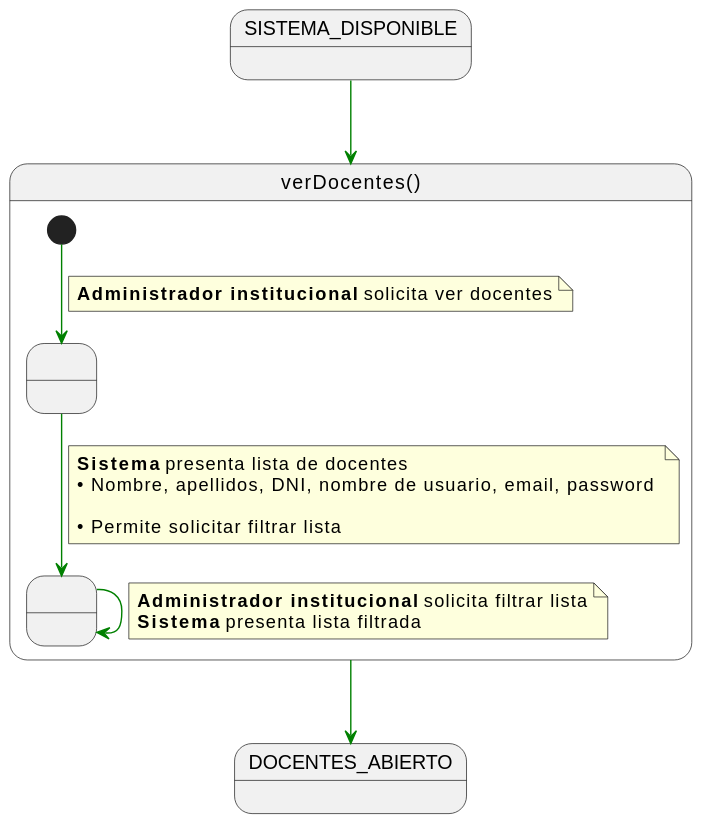
Before: documents/casos-de-uso/detalladoCasosDeUso/verDocentes/verDocentes.svg, a diagram exported from PlantUML (martinlopez7/25-26-IdSw1-SdR).
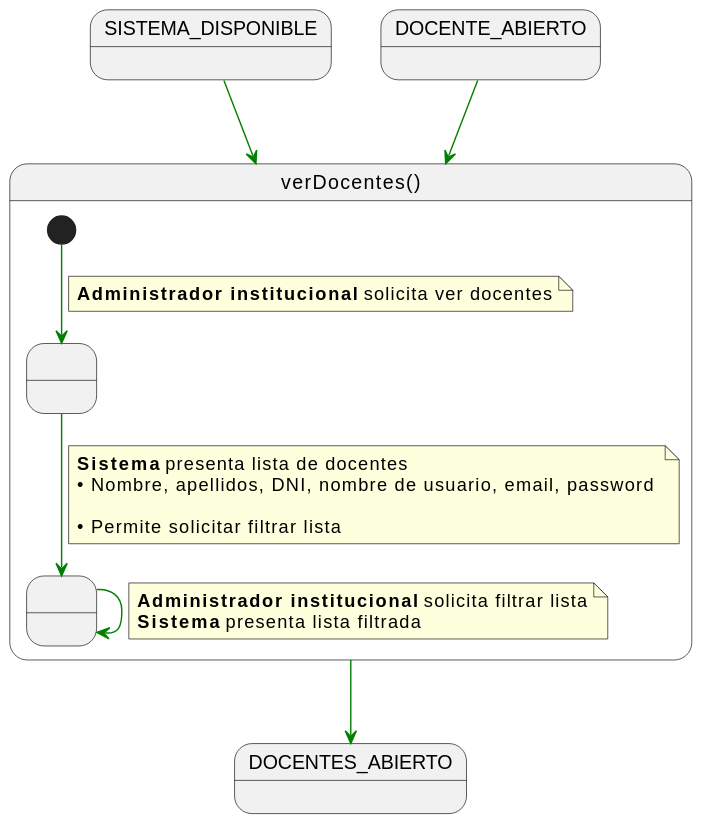
Later version of the same file.

What changed in the source:
```diff
@@ -28,5 +28,7 @@
 
 SISTEMA_DISPONIBLE -[#green]-> verDocentes
 
+DOCENTE_ABIERTO -[#green]-> verDocentes
+
 verDocentes -[#green]-> DOCENTES_ABIERTO
 @enduml
```
